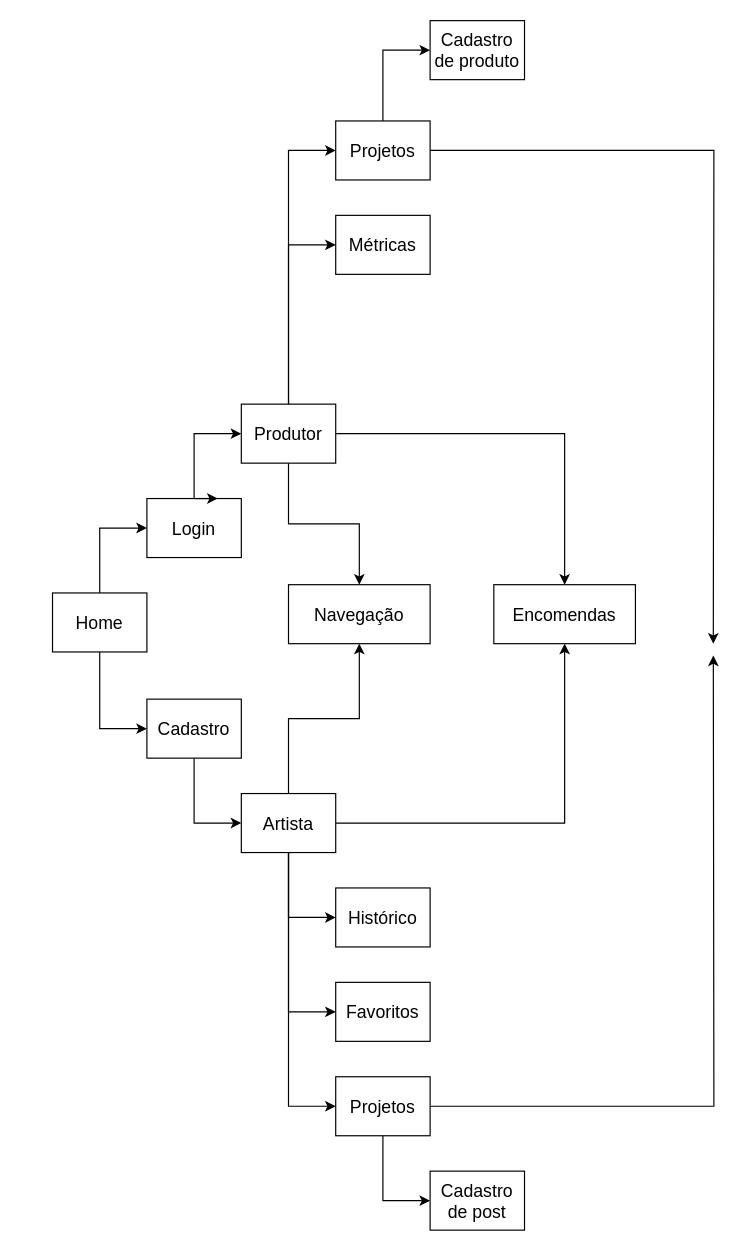
The draw.io diagram Diagrama sem nome.drawio in andreferreiradeandrade/Analise, before the edit. Source tidied: cells renumbered, new cells numbered last; positions are measured from the earlier drawing's top-left corner, leaving out a move shared by most shapes. Both pictures are drawn from the tidied source at 118%, with x=0, y=0 at pixel (52, 20).
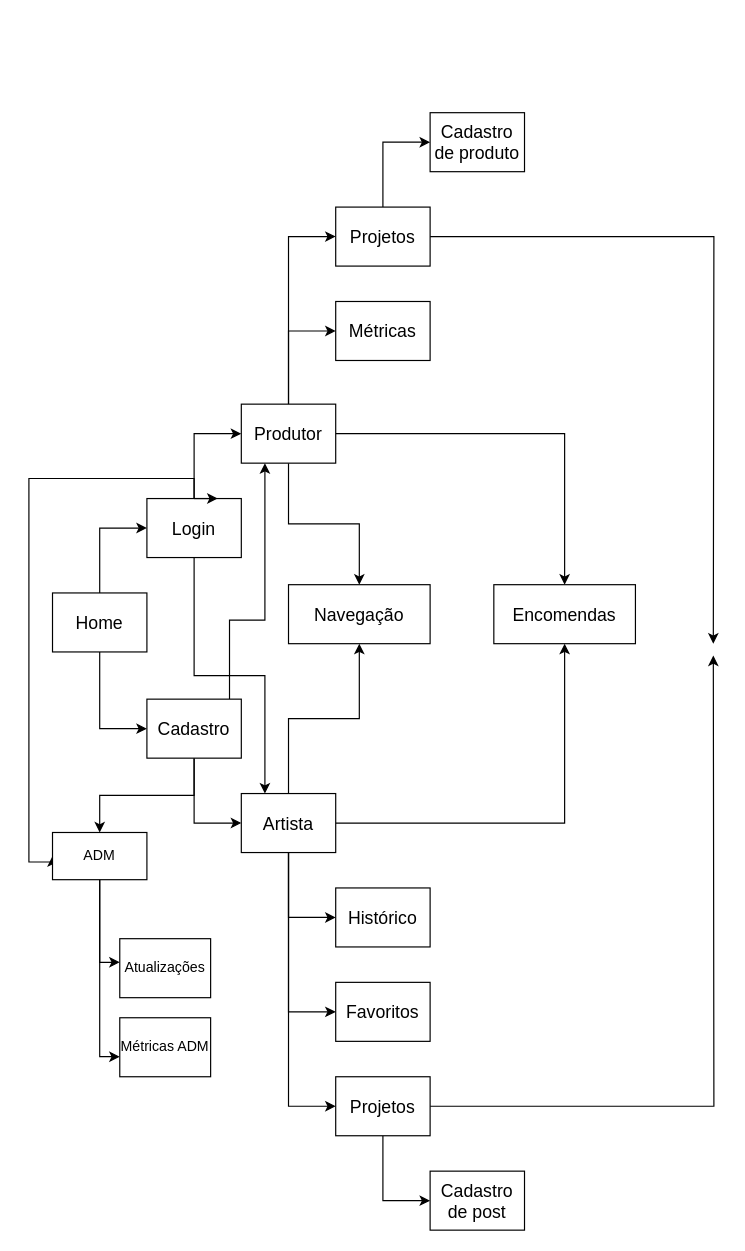
Above is the later version.

The change refers to these unchanged cells:
```xml
<mxCell id="6" value="&lt;span style=&quot;font-size: 15px;&quot;&gt;Login&lt;/span&gt;" style="rounded=0;whiteSpace=wrap;html=1;" parent="1" vertex="1">
  <mxGeometry x="80" y="405" width="80" height="50" as="geometry" />
</mxCell>
<mxCell id="8" value="&lt;span style=&quot;font-size: 15px;&quot;&gt;Cadastro&lt;/span&gt;" style="rounded=0;whiteSpace=wrap;html=1;" parent="1" vertex="1">
  <mxGeometry x="80" y="575" width="80" height="50" as="geometry" />
</mxCell>
<mxCell id="14" value="&lt;span style=&quot;font-size: 15px;&quot;&gt;Produtor&lt;/span&gt;" style="rounded=0;whiteSpace=wrap;html=1;" parent="1" vertex="1">
  <mxGeometry x="160" y="325" width="80" height="50" as="geometry" />
</mxCell>
<mxCell id="20" value="&lt;span style=&quot;font-size: 15px;&quot;&gt;Artista&lt;/span&gt;" style="rounded=0;whiteSpace=wrap;html=1;" parent="1" vertex="1">
  <mxGeometry x="160" y="655" width="80" height="50" as="geometry" />
</mxCell>
```

What changed in the source:
```diff
@@
+    <mxCell id="34" style="edgeStyle=orthogonalEdgeStyle;rounded=0;jettySize=auto;html=1;" parent="1" edge="1" source="6" target="20">
+      <mxGeometry relative="1" as="geometry">
+        <Array as="points">
+          <mxPoint x="120" y="555" />
+          <mxPoint x="180" y="555" />
+        </Array>
+      </mxGeometry>
+    </mxCell>
+    <mxCell id="35" style="edgeStyle=orthogonalEdgeStyle;rounded=0;jettySize=auto;html=1;entryX=0;entryY=0.5;entryDx=0;entryDy=0;" parent="1" edge="1" source="6" target="40">
+      <mxGeometry relative="1" as="geometry">
+        <Array as="points">
+          <mxPoint x="120" y="388" />
+          <mxPoint x="-20" y="388" />
+          <mxPoint x="-20" y="713" />
+        </Array>
+      </mxGeometry>
+    </mxCell>
@@
+    <mxCell id="36" style="edgeStyle=orthogonalEdgeStyle;rounded=0;jettySize=auto;html=1;" parent="1" edge="1" source="8" target="14">
+      <mxGeometry relative="1" as="geometry">
+        <Array as="points">
+          <mxPoint x="150" y="508" />
+          <mxPoint x="180" y="508" />
+        </Array>
+      </mxGeometry>
+    </mxCell>
+    <mxCell id="37" style="edgeStyle=orthogonalEdgeStyle;rounded=0;jettySize=auto;html=1;" parent="1" edge="1" source="8" target="40">
+      <mxGeometry relative="1" as="geometry" />
+    </mxCell>
@@
     <mxCell id="23" value="&lt;span style=&quot;font-size: 15px;&quot;&gt;Projetos&lt;br&gt;&lt;/span&gt;" style="rounded=0;whiteSpace=wrap;html=1;" parent="1" vertex="1">
-      <mxGeometry x="240" y="85" width="80" height="50" as="geometry" />
+      <mxGeometry x="240" y="158" width="80" height="50" as="geometry" />
     </mxCell>
     <mxCell id="24" value="&lt;span style=&quot;font-size: 15px;&quot;&gt;Métricas&lt;br&gt;&lt;/span&gt;" style="rounded=0;whiteSpace=wrap;html=1;" parent="1" vertex="1">
-      <mxGeometry x="240" y="165" width="80" height="50" as="geometry" />
+      <mxGeometry x="240" y="238" width="80" height="50" as="geometry" />
     </mxCell>
@@
     <mxCell id="26" value="&lt;span style=&quot;font-size: 15px;&quot;&gt;Cadastro de produto&lt;br&gt;&lt;/span&gt;" style="rounded=0;whiteSpace=wrap;html=1;" parent="1" vertex="1">
-      <mxGeometry x="320" width="80" height="50" as="geometry" />
+      <mxGeometry x="320" y="78" width="80" height="50" as="geometry" />
     </mxCell>
@@
+    <mxCell id="38" style="edgeStyle=orthogonalEdgeStyle;rounded=0;jettySize=auto;html=1;" parent="1" edge="1" source="40" target="41">
+      <mxGeometry relative="1" as="geometry">
+        <Array as="points">
+          <mxPoint x="40" y="798" />
+        </Array>
+      </mxGeometry>
+    </mxCell>
+    <mxCell id="39" style="edgeStyle=orthogonalEdgeStyle;rounded=0;jettySize=auto;html=1;" parent="1" edge="1" source="40" target="42">
+      <mxGeometry relative="1" as="geometry">
+        <Array as="points">
+          <mxPoint x="40" y="878" />
+        </Array>
+      </mxGeometry>
+    </mxCell>
+    <mxCell id="40" value="&lt;div&gt;ADM&lt;/div&gt;" style="rounded=0;whiteSpace=wrap;html=1;" parent="1" vertex="1">
+      <mxGeometry y="688" width="80" height="40" as="geometry" />
+    </mxCell>
+    <mxCell id="41" value="Atualizações" style="rounded=0;whiteSpace=wrap;html=1;" parent="1" vertex="1">
+      <mxGeometry x="57" y="778" width="77" height="50" as="geometry" />
+    </mxCell>
+    <mxCell id="42" value="Métricas ADM" style="rounded=0;whiteSpace=wrap;html=1;" parent="1" vertex="1">
+      <mxGeometry x="57" y="845" width="77" height="50" as="geometry" />
+    </mxCell>
```
